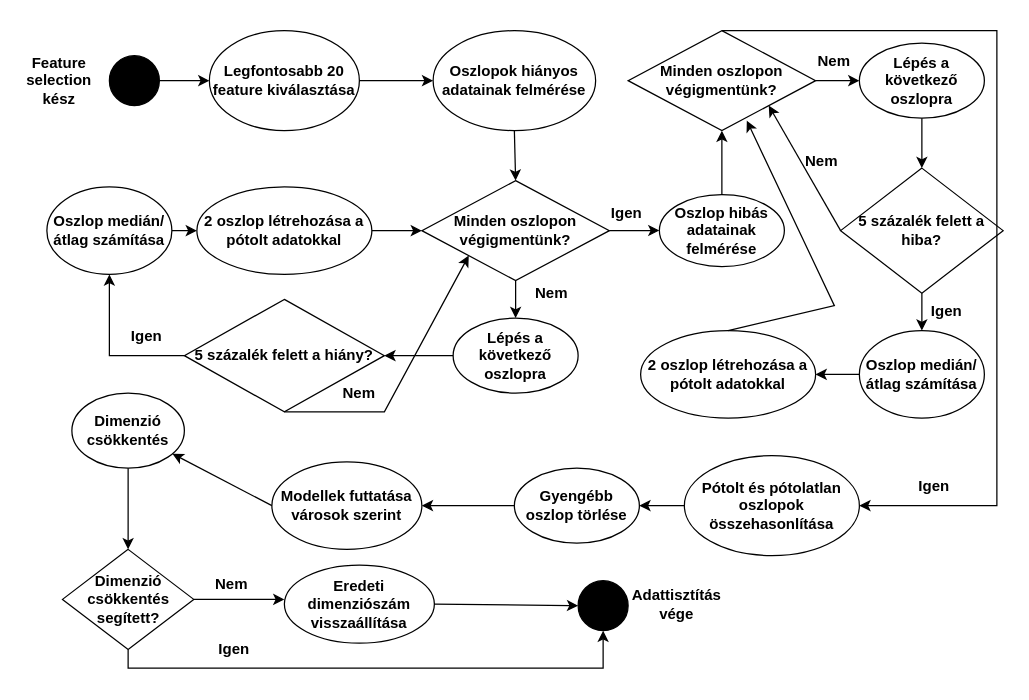
Above: Adattisztítás.drawio in HabanAndras/Gepi-latas (draw.io), before the change. Source tidied: cells renumbered, new cells numbered last; positions are measured from the earlier drawing's top-left corner, leaving out a move shared by most shapes. Both pictures are drawn from the tidied source at 125%, with x=0, y=0 at pixel (21, 30).
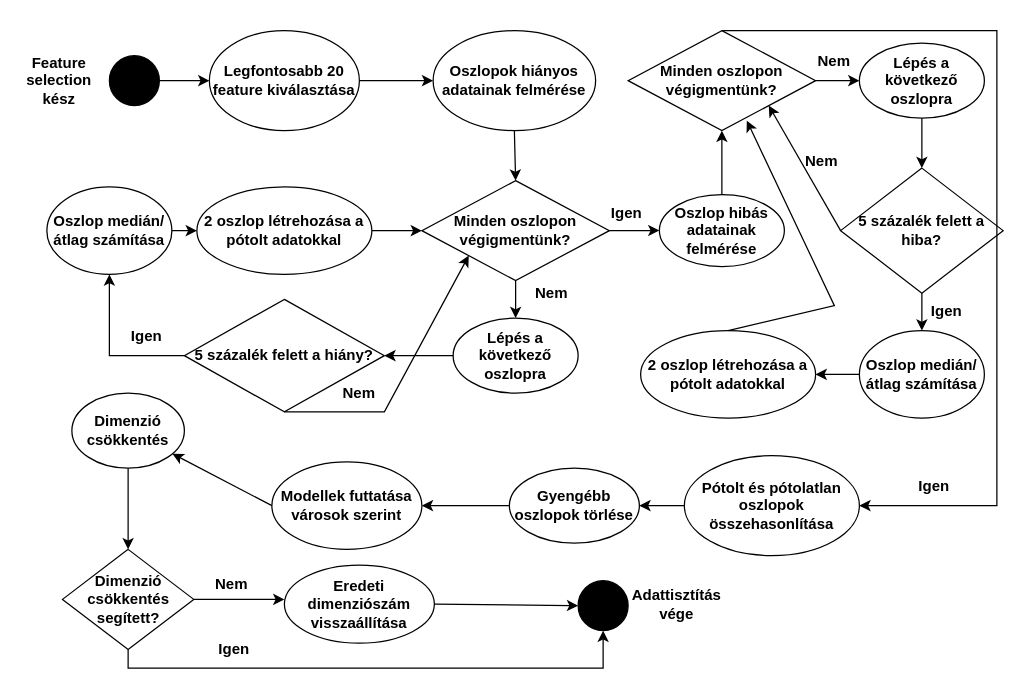
The same page after the edit.

The edit, as a diff of the source:
```diff
@@
-    <mxCell id="45" value="&lt;b&gt;Gyengébb oszlop törlése&lt;br&gt;&lt;/b&gt;" style="ellipse;whiteSpace=wrap;html=1;" parent="1" vertex="1">
-      <mxGeometry x="394" y="350" width="100" height="60" as="geometry" />
+    <mxCell id="45" value="&lt;b&gt;Gyengébb oszlopok törlése&lt;br&gt;&lt;/b&gt;" style="ellipse;whiteSpace=wrap;html=1;" parent="1" vertex="1">
+      <mxGeometry x="390" y="350" width="104" height="60" as="geometry" />
     </mxCell>
```
